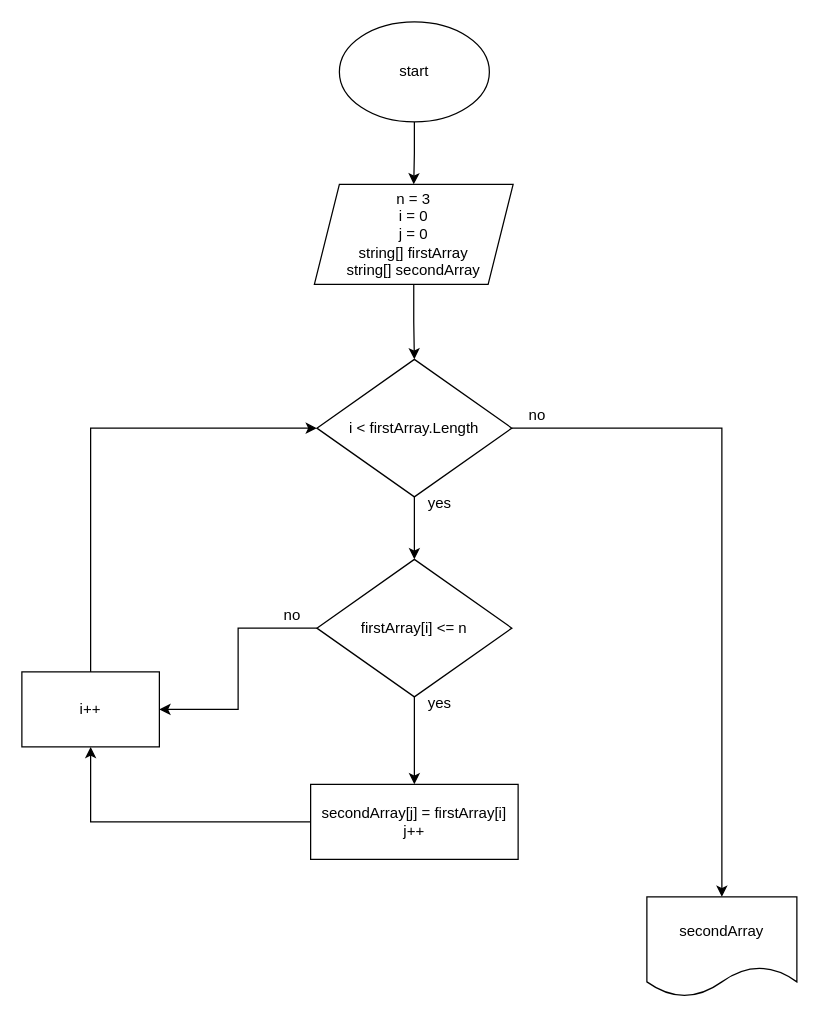
Before: Diagram/final_test_diagram.drawio in Piemirt/final_test_task, a draw.io diagram. Source tidied: cells renumbered, new cells numbered last; positions are measured from the earlier drawing's top-left corner, leaving out a move shared by most shapes. Both pictures are drawn from the tidied source at 125%, with x=0, y=0 at pixel (21, 21).
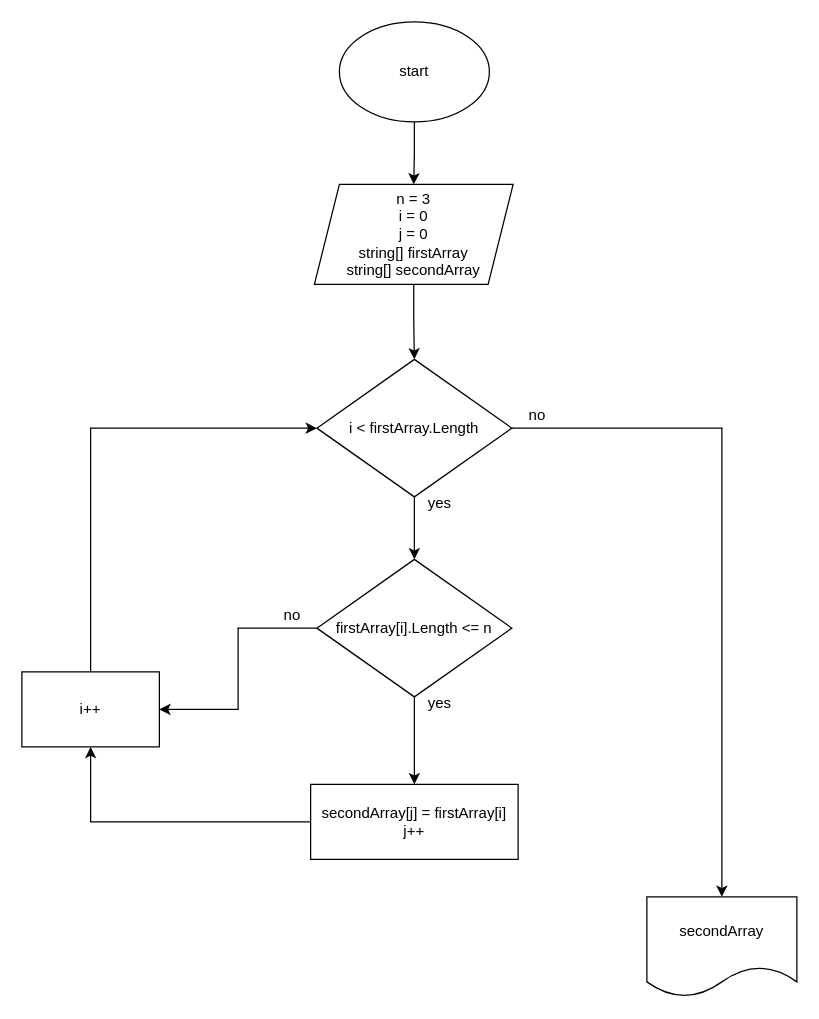
Above is the later version.

Commit message (it also covers changes not shown here):
Правка файлов диаграммы

What changed in the source:
```diff
@@
-    <mxCell id="12" value="firstArray[i] &amp;lt;= n" style="rhombus;whiteSpace=wrap;html=1;" parent="1" vertex="1">
+    <mxCell id="12" value="firstArray[i].Length &amp;lt;= n" style="rhombus;whiteSpace=wrap;html=1;" parent="1" vertex="1">
       <mxGeometry x="236" y="430" width="156" height="110" as="geometry" />
     </mxCell>
```
